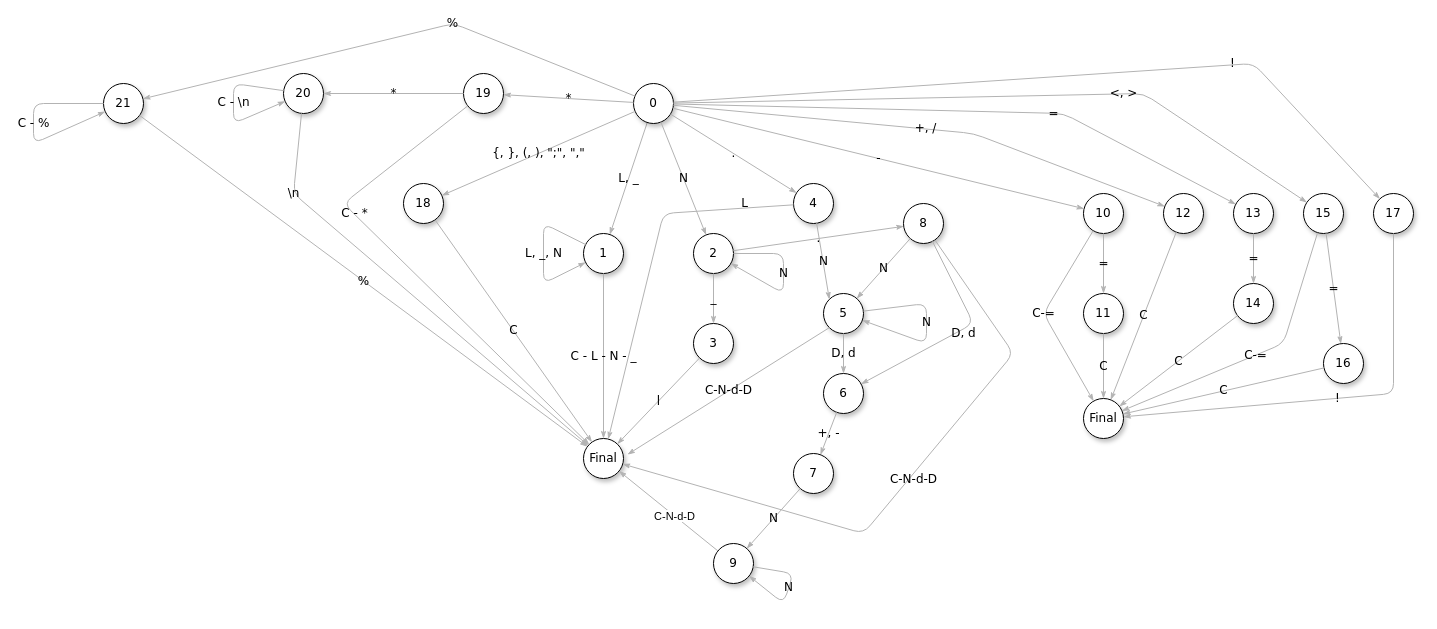
Earlier version of the draw.io diagram docs/automata.drawio (fnicolasmedioli/compilador). Source tidied: cells renumbered, new cells numbered last; positions are measured from the earlier drawing's top-left corner, leaving out a move shared by most shapes. Both pictures are drawn from the tidied source at 100%, with x=0, y=0 at pixel (33, 23).
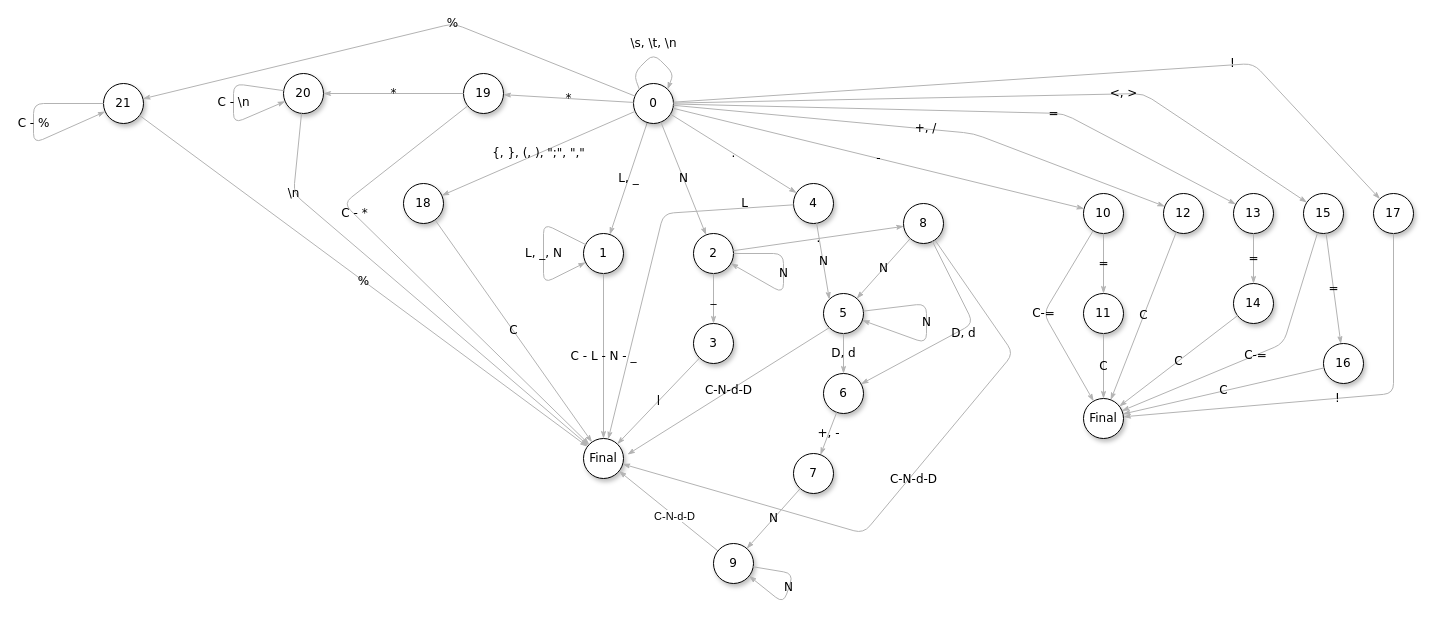
The same diagram, later.

Commit message:
actualizado diagrama con vacios

The change refers to these unchanged cells:
```xml
<mxCell id="3" value="0" style="ellipse;whiteSpace=wrap;html=1;rounded=0;shadow=1;comic=0;labelBackgroundColor=none;strokeWidth=1;fontFamily=Verdana;fontSize=12;align=center;" parent="1" vertex="1">
  <mxGeometry x="600" y="60" width="40" height="40" as="geometry" />
</mxCell>
```

The edit, as a diff of the source:
```diff
@@
+    <mxCell id="72" value="\s, \t, \n" style="edgeStyle=none;rounded=1;html=1;labelBackgroundColor=none;startArrow=none;startFill=0;startSize=5;endArrow=classicThin;endFill=1;endSize=5;jettySize=auto;orthogonalLoop=1;strokeColor=#B3B3B3;strokeWidth=1;fontFamily=Verdana;fontSize=12;exitX=0;exitY=0;exitDx=0;exitDy=0;entryX=1;entryY=0;entryDx=0;entryDy=0;" parent="1" edge="1" source="3" target="3">
+      <mxGeometry y="10" relative="1" as="geometry">
+        <Array as="points">
+          <mxPoint x="600" y="50" />
+          <mxPoint x="620" y="30" />
+          <mxPoint x="640" y="50" />
+        </Array>
+        <mxPoint x="-7" y="-3" as="offset" />
+      </mxGeometry>
+    </mxCell>
```
